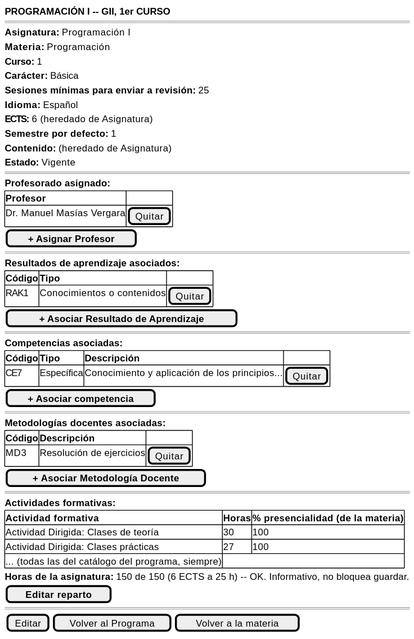
Earlier version of the PlantUML export images/RUP/01-requisitos/03-detalle-casos-uso/abrirAsignaturaPrograma/wireframe.svg (mmasias/pyCeldaPublico). The source it was exported from:
```plantuml
@startsalt abrirAsignaturaPrograma-wireframe
{
    <b>PROGRAMACIÓN I -- GII, 1er CURSO</b>
    ====
    <b>Asignatura:</b> Programación I
    <b>Materia:</b> Programación
    <b>Curso:</b> 1
    <b>Carácter:</b> Básica
    <b>Sesiones mínimas para enviar a revisión:</b> 25
    <b>Idioma:</b> Español
    <b>ECTS:</b> 6 (heredado de Asignatura)
    <b>Semestre por defecto:</b> 1
    <b>Contenido:</b> (heredado de Asignatura)
    <b>Estado:</b> Vigente
    ====
    <b>Profesorado asignado:</b>
    {#
        <b>Profesor | .
        Dr. Manuel Masías Vergara | [Quitar]
    }
    [ <b>+ Asignar Profesor</b> ]
    ====
    <b>Resultados de aprendizaje asociados:</b>
    {#
        <b>Código | <b>Tipo | .
        RAK1 | Conocimientos o contenidos | [Quitar]
    }
    [ <b>+ Asociar Resultado de Aprendizaje</b> ]
    ====
    <b>Competencias asociadas:</b>
    {#
        <b>Código | <b>Tipo | <b>Descripción | .
        CE7 | Específica | Conocimiento y aplicación de los principios... | [Quitar]
    }
    [ <b>+ Asociar competencia</b> ]
    ====
    <b>Metodologías docentes asociadas:</b>
    {#
        <b>Código | <b>Descripción | .
        MD3 | Resolución de ejercicios | [Quitar]
    }
    [ <b>+ Asociar Metodología Docente</b> ]
    ====
    <b>Actividades formativas:</b>
    {#
        <b>Actividad formativa | <b>Horas | <b>% presencialidad (de la materia)
        Actividad Dirigida: Clases de teoría | 30 | 100
        Actividad Dirigida: Clases prácticas | 27 | 100
        ... (todas las del catálogo del programa, siempre) | |
    }
    <b>Horas de la asignatura:</b> 150 de 150 (6 ECTS a 25 h) -- OK. Informativo, no bloquea guardar.
    [ <b>Editar reparto</b> ]
    ====
    {[Editar] | [Volver al Programa] | [Volver a la materia]}
}
@endsalt
```
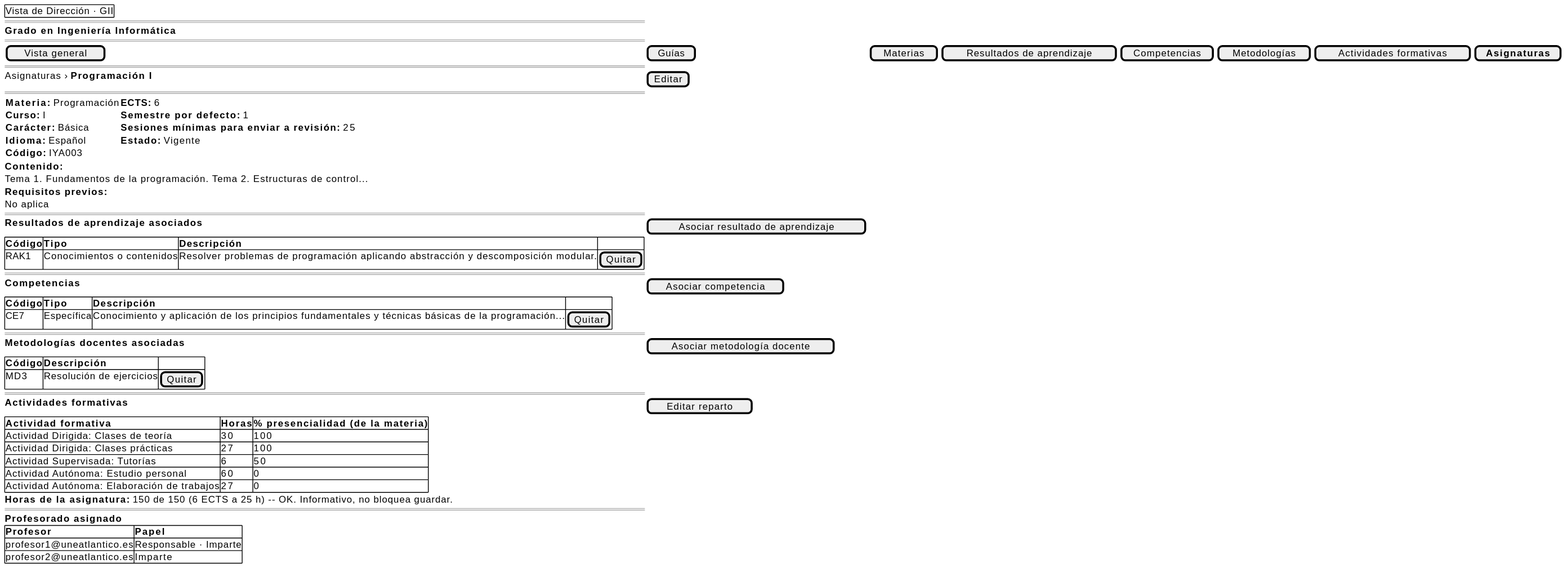
Later version of the same file.

The edit, as a diff of the source:
```diff
@@ -1,56 +1,59 @@
 @startsalt abrirAsignaturaPrograma-wireframe
 {
-    <b>PROGRAMACIÓN I -- GII, 1er CURSO</b>
+    {+ Vista de Dirección · GII }
     ====
-    <b>Asignatura:</b> Programación I
-    <b>Materia:</b> Programación
-    <b>Curso:</b> 1
-    <b>Carácter:</b> Básica
-    <b>Sesiones mínimas para enviar a revisión:</b> 25
-    <b>Idioma:</b> Español
-    <b>ECTS:</b> 6 (heredado de Asignatura)
-    <b>Semestre por defecto:</b> 1
-    <b>Contenido:</b> (heredado de Asignatura)
-    <b>Estado:</b> Vigente
+    <b>Grado en Ingeniería Informática</b>
     ====
-    <b>Profesorado asignado:</b>
-    {#
-        <b>Profesor | .
-        Dr. Manuel Masías Vergara | [Quitar]
+    [ Vista general ] | [ Guías ] | [ Materias ] | [ Resultados de aprendizaje ] | [ Competencias ] | [ Metodologías ] | [ Actividades formativas ] | [ <b>Asignaturas</b> ]
+    ====
+    Asignaturas › <b>Programación I</b> | [Editar]
+    ====
+    {
+        <b>Materia:</b> Programación | <b>ECTS:</b> 6
+        <b>Curso:</b> I | <b>Semestre por defecto:</b> 1
+        <b>Carácter:</b> Básica | <b>Sesiones mínimas para enviar a revisión:</b> 25
+        <b>Idioma:</b> Español | <b>Estado:</b> Vigente
+        <b>Código:</b> IYA003 | .
     }
-    [ <b>+ Asignar Profesor</b> ]
+    <b>Contenido:</b>
+    Tema 1. Fundamentos de la programación. Tema 2. Estructuras de control...
+    <b>Requisitos previos:</b>
+    No aplica
     ====
-    <b>Resultados de aprendizaje asociados:</b>
-    {#
-        <b>Código | <b>Tipo | .
-        RAK1 | Conocimientos o contenidos | [Quitar]
-    }
-    [ <b>+ Asociar Resultado de Aprendizaje</b> ]
-    ====
-    <b>Competencias asociadas:</b>
+    <b>Resultados de aprendizaje asociados</b> | [ Asociar resultado de aprendizaje ]
     {#
         <b>Código | <b>Tipo | <b>Descripción | .
-        CE7 | Específica | Conocimiento y aplicación de los principios... | [Quitar]
+        RAK1 | Conocimientos o contenidos | Resolver problemas de programación aplicando abstracción y descomposición modular. | [Quitar]
     }
-    [ <b>+ Asociar competencia</b> ]
     ====
-    <b>Metodologías docentes asociadas:</b>
+    <b>Competencias</b> | [ Asociar competencia ]
+    {#
+        <b>Código | <b>Tipo | <b>Descripción | .
+        CE7 | Específica | Conocimiento y aplicación de los principios fundamentales y técnicas básicas de la programación... | [Quitar]
+    }
+    ====
+    <b>Metodologías docentes asociadas</b> | [ Asociar metodología docente ]
     {#
         <b>Código | <b>Descripción | .
         MD3 | Resolución de ejercicios | [Quitar]
     }
-    [ <b>+ Asociar Metodología Docente</b> ]
     ====
-    <b>Actividades formativas:</b>
+    <b>Actividades formativas</b> | [ Editar reparto ]
     {#
         <b>Actividad formativa | <b>Horas | <b>% presencialidad (de la materia)
         Actividad Dirigida: Clases de teoría | 30 | 100
         Actividad Dirigida: Clases prácticas | 27 | 100
-        ... (todas las del catálogo del programa, siempre) | |
+        Actividad Supervisada: Tutorías | 6 | 50
+        Actividad Autónoma: Estudio personal | 60 | 0
+        Actividad Autónoma: Elaboración de trabajos | 27 | 0
     }
     <b>Horas de la asignatura:</b> 150 de 150 (6 ECTS a 25 h) -- OK. Informativo, no bloquea guardar.
-    [ <b>Editar reparto</b> ]
     ====
-    {[Editar] | [Volver al Programa] | [Volver a la materia]}
+    <b>Profesorado asignado</b>
+    {#
+        <b>Profesor | <b>Papel
+        profesor1@uneatlantico.es | Responsable · Imparte
+        profesor2@uneatlantico.es | Imparte
+    }
 }
 @endsalt
```
